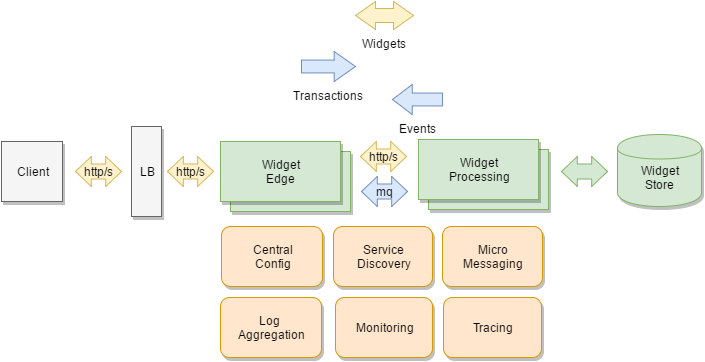
Earlier version of the draw.io export widgets-demo/widgets-demo.png (zuhlke/microservices). Source tidied: cells renumbered, new cells last; positions are measured from the earlier drawing's top-left corner, leaving out a move shared by most shapes.
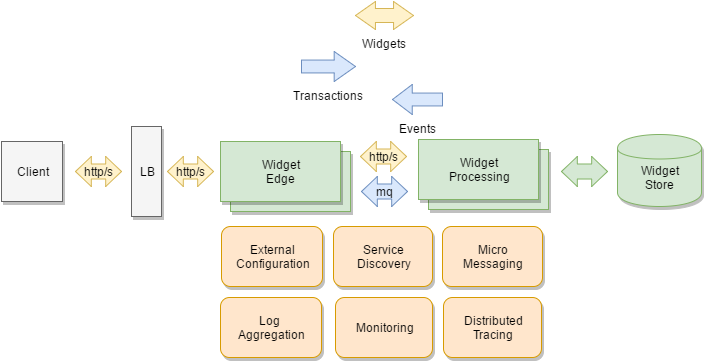
Later version of the same file.

Commit message:
Tweaks to readme and diagram

Change to the diagram source:
```diff
@@ -11,7 +11,7 @@
     <mxCell id="4" value="Service&lt;div&gt;Discovery&lt;/div&gt;" style="whiteSpace=wrap;html=1;rounded=1;shadow=1;glass=0;strokeWidth=1;fontSize=12;align=center;fillColor=#ffe6cc;strokeColor=#d79b00;" parent="1" vertex="1">
       <mxGeometry x="332" y="225" width="99" height="60" as="geometry" />
     </mxCell>
-    <mxCell id="5" value="Central&lt;div&gt;Config&lt;/div&gt;" style="whiteSpace=wrap;html=1;rounded=1;shadow=1;glass=0;strokeWidth=1;fontSize=12;align=center;fillColor=#ffe6cc;strokeColor=#d79b00;" parent="1" vertex="1">
+    <mxCell id="5" value="External&lt;div&gt;Configuration&lt;/div&gt;" style="whiteSpace=wrap;html=1;rounded=1;shadow=1;glass=0;strokeWidth=1;fontSize=12;align=center;fillColor=#ffe6cc;strokeColor=#d79b00;" parent="1" vertex="1">
       <mxGeometry x="220" y="225" width="101" height="60" as="geometry" />
     </mxCell>
     <mxCell id="6" style="whiteSpace=wrap;html=1;rounded=0;shadow=1;glass=0;strokeWidth=1;fontSize=12;align=center;plain-green;gradientColor=none;fillColor=#D5E8D4;" parent="1" vertex="1">
@@ -20,7 +20,7 @@
     <mxCell id="7" value="Widget&lt;div&gt;Processing&lt;/div&gt;" style="whiteSpace=wrap;html=1;rounded=0;shadow=1;glass=0;strokeWidth=1;fontSize=12;align=center;plain-green;gradientColor=none;fillColor=#D5E8D4;" parent="1" vertex="1">
       <mxGeometry x="417" y="138" width="120" height="60" as="geometry" />
     </mxCell>
-    <mxCell id="8" value="Tracing" style="whiteSpace=wrap;html=1;rounded=1;shadow=1;glass=0;strokeWidth=1;fontSize=12;align=center;fillColor=#ffe6cc;strokeColor=#d79b00;" parent="1" vertex="1">
+    <mxCell id="8" value="Distributed&lt;div&gt;Tracing&lt;/div&gt;" style="whiteSpace=wrap;html=1;rounded=1;shadow=1;glass=0;strokeWidth=1;fontSize=12;align=center;fillColor=#ffe6cc;strokeColor=#d79b00;" parent="1" vertex="1">
       <mxGeometry x="442" y="296" width="98" height="60" as="geometry" />
     </mxCell>
     <mxCell id="9" value="Monitoring" style="whiteSpace=wrap;html=1;rounded=1;shadow=1;glass=0;strokeWidth=1;fontSize=12;align=center;fillColor=#ffe6cc;strokeColor=#d79b00;" parent="1" vertex="1">
```
